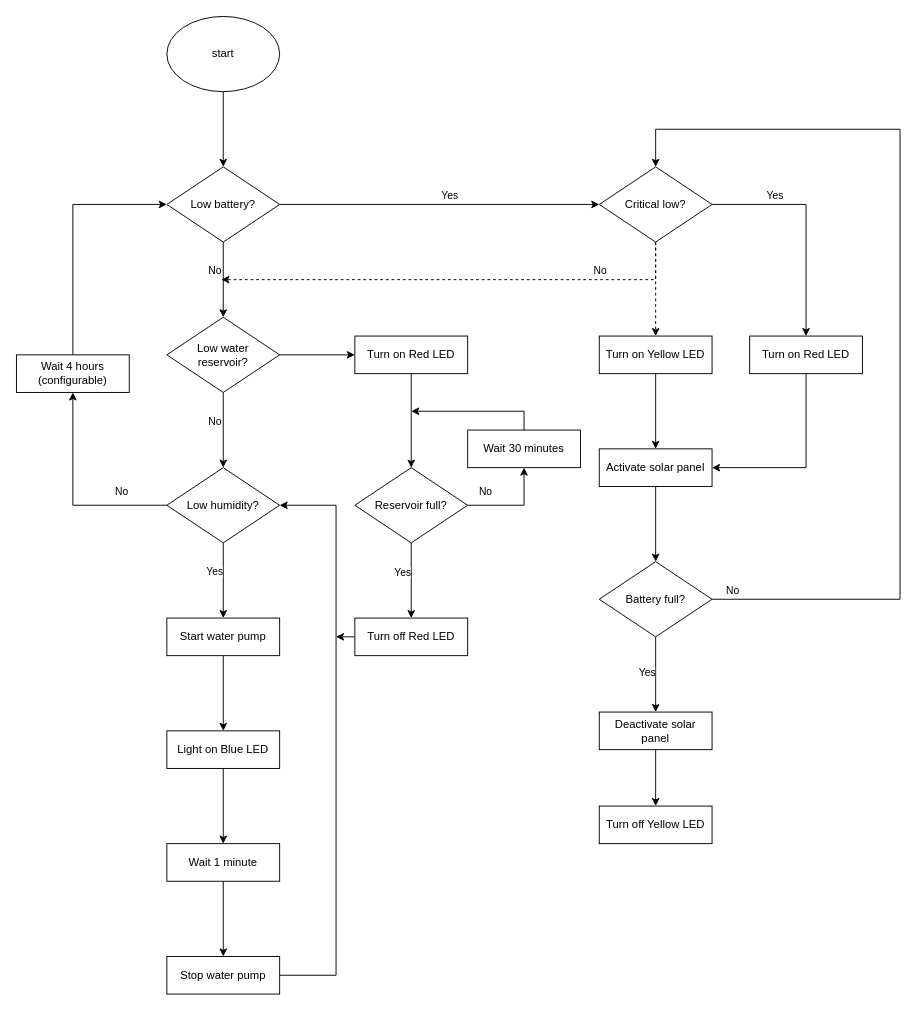
teaching-FEEC/ea075-2023.2 keeps this draw.io diagram as projetos/regador/flowchart/regador_flowchart.drawio. Above is the earlier version. Source tidied: cells renumbered, new cells numbered last; positions are measured from the earlier drawing's top-left corner, leaving out a move shared by most shapes. Both pictures are drawn from the tidied source at 94%, with x=0, y=0 at pixel (16, 16).
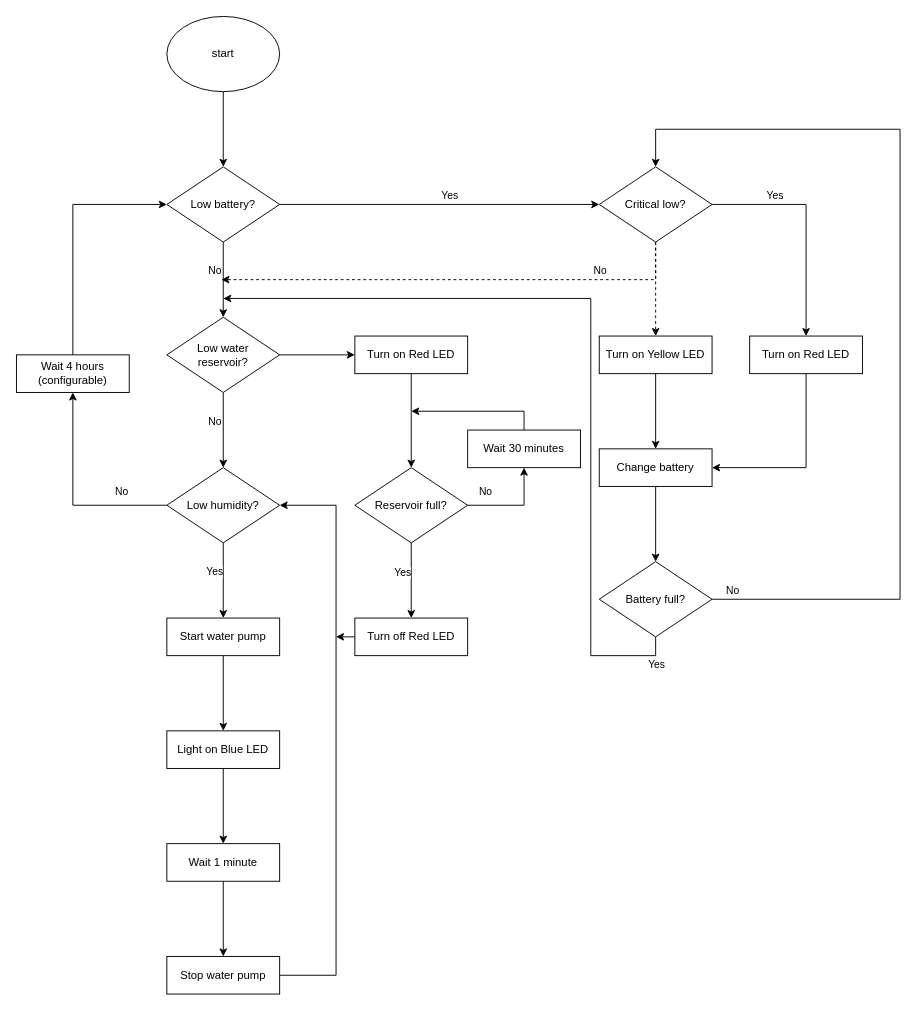
The same page after the edit.

Commit message:
Remoção da recarga por painel solar

Unchanged cells that the change refers to:
```xml
<mxCell id="53" value="Battery full?" style="rhombus;whiteSpace=wrap;html=1;" parent="1" vertex="1">
  <mxGeometry x="620" y="580" width="120" height="80" as="geometry" />
</mxCell>
```

What changed in the source:
```diff
@@
-    <mxCell id="48" value="Activate solar panel" style="whiteSpace=wrap;html=1;" parent="1" vertex="1">
+    <mxCell id="48" value="Change battery" style="whiteSpace=wrap;html=1;" parent="1" vertex="1">
       <mxGeometry x="620" y="460" width="120" height="40" as="geometry" />
     </mxCell>
-    <mxCell id="49" style="edgeStyle=orthogonalEdgeStyle;rounded=0;jettySize=auto;html=1;" parent="1" edge="1" source="53" target="55">
-      <mxGeometry relative="1" as="geometry" />
+    <mxCell id="49" style="edgeStyle=orthogonalEdgeStyle;rounded=0;jettySize=auto;html=1;exitX=0.5;exitY=1;exitDx=0;exitDy=0;" parent="1" edge="1" source="53">
+      <mxGeometry relative="1" as="geometry">
+        <mxPoint x="220" y="300" as="targetPoint" />
+        <Array as="points">
+          <mxPoint x="680" y="680" />
+          <mxPoint x="611" y="680" />
+          <mxPoint x="611" y="300" />
+        </Array>
+      </mxGeometry>
     </mxCell>
     <mxCell id="50" value="Yes" style="edgeLabel;html=1;align=center;verticalAlign=middle;" parent="49" vertex="1">
       <mxGeometry x="-0.31" y="2" relative="1" as="geometry">
-        <mxPoint x="-12" y="9" as="offset" />
+        <mxPoint x="71" y="217" as="offset" />
       </mxGeometry>
     </mxCell>
@@
-    <mxCell id="54" style="edgeStyle=orthogonalEdgeStyle;rounded=0;jettySize=auto;html=1;" parent="1" edge="1" source="55" target="56">
-      <mxGeometry relative="1" as="geometry" />
-    </mxCell>
-    <mxCell id="55" value="Deactivate solar panel" style="whiteSpace=wrap;html=1;" parent="1" vertex="1">
-      <mxGeometry x="620" y="740" width="120" height="40" as="geometry" />
-    </mxCell>
-    <mxCell id="56" value="Turn off Yellow LED" style="whiteSpace=wrap;html=1;" parent="1" vertex="1">
-      <mxGeometry x="620" y="840" width="120" height="40" as="geometry" />
-    </mxCell>
```
